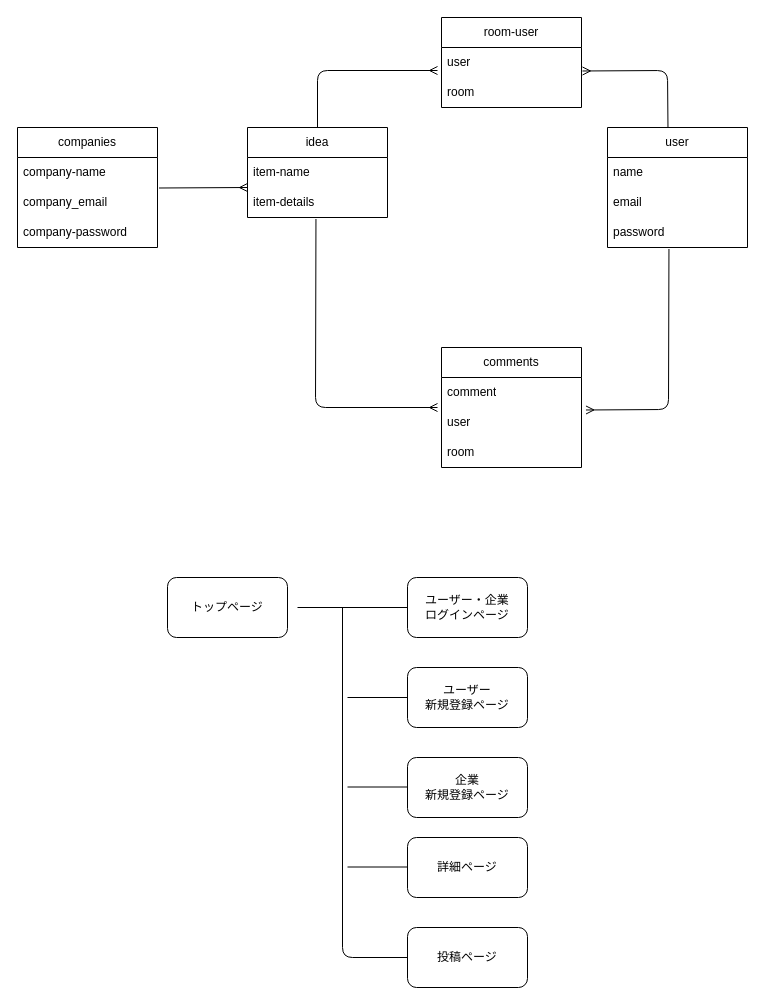
Earlier version of the draw.io diagram test.dio (miyasan-09/idea-plus). Source tidied: cells renumbered, new cells numbered last; positions are measured from the earlier drawing's top-left corner, leaving out a move shared by most shapes. Both pictures are drawn from the tidied source at 100%, with x=0, y=0 at pixel (17, 17).
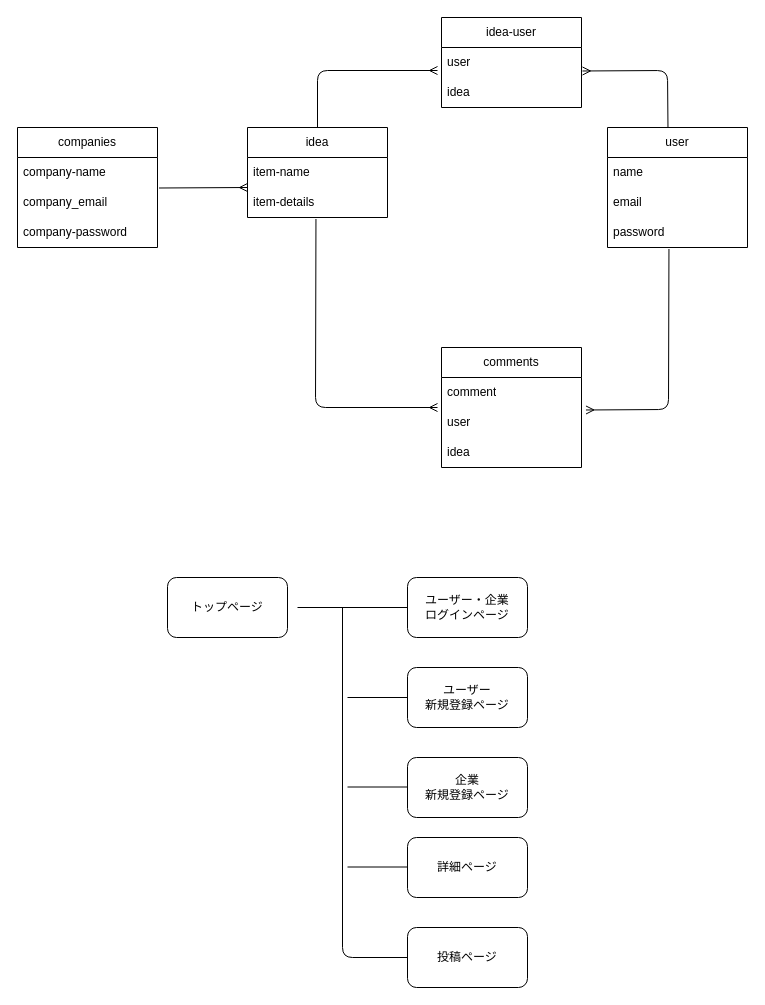
After the change.

Unchanged cells that the change refers to:
```xml
<mxCell id="16" value="comments" style="swimlane;fontStyle=0;horizontal=1;startSize=30;whiteSpace=wrap;html=1;" parent="1" vertex="1">
  <mxGeometry x="424" y="330" width="140" height="120" as="geometry" />
</mxCell>
```

Change to the diagram source:
```diff
@@
-    <mxCell id="13" value="room-user" style="swimlane;fontStyle=0;horizontal=1;startSize=30;whiteSpace=wrap;html=1;" parent="1" vertex="1">
+    <mxCell id="13" value="idea-user" style="swimlane;fontStyle=0;horizontal=1;startSize=30;whiteSpace=wrap;html=1;" parent="1" vertex="1">
       <mxGeometry x="424" width="140" height="90" as="geometry" />
     </mxCell>
@@
-    <mxCell id="15" value="room" style="text;strokeColor=none;fillColor=none;align=left;verticalAlign=middle;spacingLeft=4;spacingRight=4;overflow=hidden;whiteSpace=wrap;html=1;" parent="13" vertex="1">
+    <mxCell id="15" value="idea" style="text;strokeColor=none;fillColor=none;align=left;verticalAlign=middle;spacingLeft=4;spacingRight=4;overflow=hidden;whiteSpace=wrap;html=1;" parent="13" vertex="1">
       <mxGeometry y="60" width="140" height="30" as="geometry" />
     </mxCell>
@@
-    <mxCell id="19" value="room" style="text;strokeColor=none;fillColor=none;align=left;verticalAlign=middle;spacingLeft=4;spacingRight=4;overflow=hidden;whiteSpace=wrap;html=1;" parent="16" vertex="1">
+    <mxCell id="19" value="idea" style="text;strokeColor=none;fillColor=none;align=left;verticalAlign=middle;spacingLeft=4;spacingRight=4;overflow=hidden;whiteSpace=wrap;html=1;" parent="16" vertex="1">
       <mxGeometry y="90" width="140" height="30" as="geometry" />
     </mxCell>
```
